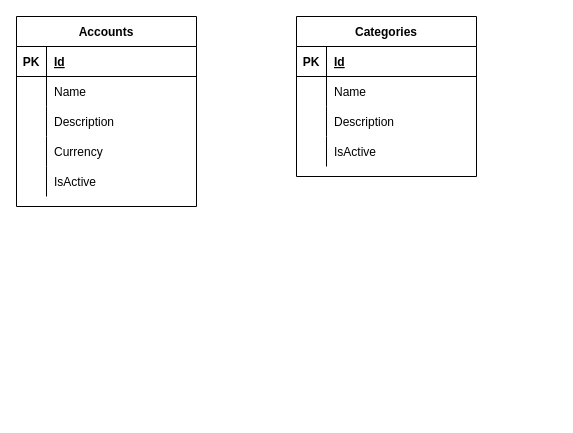
Above: api/docs/database/database.drawio in My-Financial-Hub/core-api (draw.io), before the change. Source tidied: cells renumbered, new cells numbered last; positions are measured from the earlier drawing's top-left corner, leaving out a move shared by most shapes. Both pictures are drawn from the tidied source at 100%, with x=0, y=0 at pixel (16, 16).
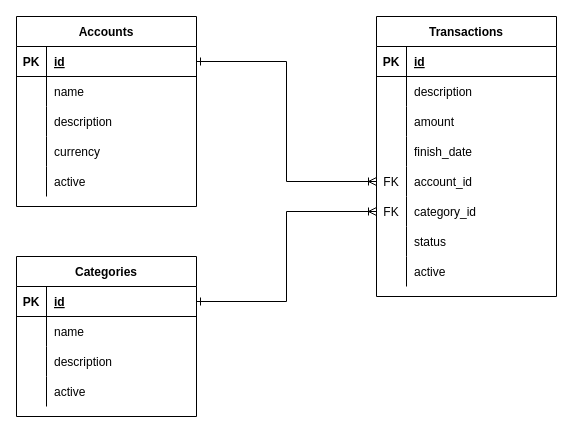
The same diagram, later.

The change refers to these unchanged cells:
```xml
<mxCell id="3" style="shape=partialRectangle;fillColor=none;top=0;left=0;bottom=1;right=0;points=[[0,0.5],[1,0.5]];portConstraint=eastwest;" parent="2" vertex="1">
  <mxGeometry y="30" width="180" height="30" as="geometry" />
</mxCell>
<mxCell id="6" style="shape=partialRectangle;fillColor=none;top=0;left=0;bottom=0;right=0;" parent="2" vertex="1">
  <mxGeometry y="60" width="180" height="30" as="geometry" />
</mxCell>
<mxCell id="9" style="shape=partialRectangle;fillColor=none;top=0;left=0;bottom=0;right=0;" parent="2" vertex="1">
  <mxGeometry y="90" width="180" height="30" as="geometry" />
</mxCell>
<mxCell id="12" style="shape=partialRectangle;fillColor=none;top=0;left=0;bottom=0;right=0;" parent="2" vertex="1">
  <mxGeometry y="120" width="180" height="30" as="geometry" />
</mxCell>
<mxCell id="15" style="shape=partialRectangle;fillColor=none;top=0;left=0;bottom=0;right=0;" parent="2" vertex="1">
  <mxGeometry y="150" width="180" height="30" as="geometry" />
</mxCell>
<mxCell id="19" style="shape=partialRectangle;fillColor=none;top=0;left=0;bottom=1;right=0;points=[[0,0.5],[1,0.5]];portConstraint=eastwest;" parent="18" vertex="1">
  <mxGeometry y="30" width="180" height="30" as="geometry" />
</mxCell>
<mxCell id="22" style="shape=partialRectangle;fillColor=none;top=0;left=0;bottom=0;right=0;" parent="18" vertex="1">
  <mxGeometry y="60" width="180" height="30" as="geometry" />
</mxCell>
<mxCell id="25" style="shape=partialRectangle;fillColor=none;top=0;left=0;bottom=0;right=0;" parent="18" vertex="1">
  <mxGeometry y="90" width="180" height="30" as="geometry" />
</mxCell>
<mxCell id="28" style="shape=partialRectangle;fillColor=none;top=0;left=0;bottom=0;right=0;" parent="18" vertex="1">
  <mxGeometry y="120" width="180" height="30" as="geometry" />
</mxCell>
```

What changed in the source:
```diff
@@
-    <mxCell id="5" value="Id" style="shape=partialRectangle;fillColor=none;top=0;left=0;bottom=0;right=0;align=left;spacingLeft=6;fontStyle=5;overflow=hidden;" parent="3" vertex="1">
+    <mxCell id="5" value="id" style="shape=partialRectangle;fillColor=none;top=0;left=0;bottom=0;right=0;align=left;spacingLeft=6;fontStyle=5;overflow=hidden;" parent="3" vertex="1">
       <mxGeometry x="30" width="150" height="30" as="geometry" />
     </mxCell>
@@
-    <mxCell id="8" value="Name" style="shape=partialRectangle;fillColor=none;top=0;left=0;bottom=0;right=0;align=left;spacingLeft=6;overflow=hidden;" parent="6" vertex="1">
+    <mxCell id="8" value="name" style="shape=partialRectangle;fillColor=none;top=0;left=0;bottom=0;right=0;align=left;spacingLeft=6;overflow=hidden;" parent="6" vertex="1">
       <mxGeometry x="30" width="150" height="30" as="geometry" />
     </mxCell>
@@
-    <mxCell id="11" value="Description" style="shape=partialRectangle;fillColor=none;top=0;left=0;bottom=0;right=0;align=left;spacingLeft=6;overflow=hidden;" parent="9" vertex="1">
+    <mxCell id="11" value="description" style="shape=partialRectangle;fillColor=none;top=0;left=0;bottom=0;right=0;align=left;spacingLeft=6;overflow=hidden;" parent="9" vertex="1">
       <mxGeometry x="30" width="150" height="30" as="geometry" />
     </mxCell>
@@
-    <mxCell id="14" value="Currency" style="shape=partialRectangle;fillColor=none;top=0;left=0;bottom=0;right=0;align=left;spacingLeft=6;overflow=hidden;" parent="12" vertex="1">
+    <mxCell id="14" value="currency" style="shape=partialRectangle;fillColor=none;top=0;left=0;bottom=0;right=0;align=left;spacingLeft=6;overflow=hidden;" parent="12" vertex="1">
       <mxGeometry x="30" width="150" height="30" as="geometry" />
     </mxCell>
@@
-    <mxCell id="17" value="IsActive" style="shape=partialRectangle;fillColor=none;top=0;left=0;bottom=0;right=0;align=left;spacingLeft=6;overflow=hidden;" parent="15" vertex="1">
+    <mxCell id="17" value="active" style="shape=partialRectangle;fillColor=none;top=0;left=0;bottom=0;right=0;align=left;spacingLeft=6;overflow=hidden;" parent="15" vertex="1">
       <mxGeometry x="30" width="150" height="30" as="geometry" />
     </mxCell>
     <mxCell id="18" value="Categories" style="shape=table;startSize=30;childLayout=tableLayout;rowLines=0;fontStyle=1;align=center;" parent="1" vertex="1">
-      <mxGeometry x="280" width="180" height="160" as="geometry" />
+      <mxGeometry y="240" width="180" height="160" as="geometry" />
     </mxCell>
@@
-    <mxCell id="21" value="Id" style="shape=partialRectangle;fillColor=none;top=0;left=0;bottom=0;right=0;align=left;spacingLeft=6;fontStyle=5;overflow=hidden;" parent="19" vertex="1">
+    <mxCell id="21" value="id" style="shape=partialRectangle;fillColor=none;top=0;left=0;bottom=0;right=0;align=left;spacingLeft=6;fontStyle=5;overflow=hidden;" parent="19" vertex="1">
       <mxGeometry x="30" width="150" height="30" as="geometry" />
     </mxCell>
@@
-    <mxCell id="24" value="Name" style="shape=partialRectangle;fillColor=none;top=0;left=0;bottom=0;right=0;align=left;spacingLeft=6;overflow=hidden;" parent="22" vertex="1">
+    <mxCell id="24" value="name" style="shape=partialRectangle;fillColor=none;top=0;left=0;bottom=0;right=0;align=left;spacingLeft=6;overflow=hidden;" parent="22" vertex="1">
       <mxGeometry x="30" width="150" height="30" as="geometry" />
     </mxCell>
@@
-    <mxCell id="27" value="Description" style="shape=partialRectangle;fillColor=none;top=0;left=0;bottom=0;right=0;align=left;spacingLeft=6;overflow=hidden;" parent="25" vertex="1">
+    <mxCell id="27" value="description" style="shape=partialRectangle;fillColor=none;top=0;left=0;bottom=0;right=0;align=left;spacingLeft=6;overflow=hidden;" parent="25" vertex="1">
       <mxGeometry x="30" width="150" height="30" as="geometry" />
     </mxCell>
@@
-    <mxCell id="30" value="IsActive" style="shape=partialRectangle;fillColor=none;top=0;left=0;bottom=0;right=0;align=left;spacingLeft=6;overflow=hidden;" parent="28" vertex="1">
+    <mxCell id="30" value="active" style="shape=partialRectangle;fillColor=none;top=0;left=0;bottom=0;right=0;align=left;spacingLeft=6;overflow=hidden;" parent="28" vertex="1">
       <mxGeometry x="30" width="150" height="30" as="geometry" />
     </mxCell>
+    <mxCell id="31" value="Transactions" style="shape=table;startSize=30;childLayout=tableLayout;rowLines=0;fontStyle=1;align=center;" parent="1" vertex="1">
+      <mxGeometry x="360" width="180" height="280" as="geometry" />
+    </mxCell>
+    <mxCell id="32" style="shape=partialRectangle;fillColor=none;top=0;left=0;bottom=1;right=0;" parent="31" vertex="1">
+      <mxGeometry y="30" width="180" height="30" as="geometry" />
+    </mxCell>
+    <mxCell id="33" value="PK" style="shape=partialRectangle;fillColor=none;top=0;left=0;bottom=0;right=0;fontStyle=1;overflow=hidden;" parent="32" vertex="1">
+      <mxGeometry width="30" height="30" as="geometry" />
+    </mxCell>
+    <mxCell id="34" value="id" style="shape=partialRectangle;fillColor=none;top=0;left=0;bottom=0;right=0;align=left;spacingLeft=6;fontStyle=5;overflow=hidden;" parent="32" vertex="1">
+      <mxGeometry x="30" width="150" height="30" as="geometry" />
+    </mxCell>
+    <mxCell id="35" style="shape=partialRectangle;fillColor=none;top=0;left=0;bottom=0;right=0;" parent="31" vertex="1">
+      <mxGeometry y="60" width="180" height="30" as="geometry" />
+    </mxCell>
+    <mxCell id="36" style="shape=partialRectangle;fillColor=none;top=0;left=0;bottom=0;right=0;overflow=hidden;" parent="35" vertex="1">
+      <mxGeometry width="30" height="30" as="geometry" />
+    </mxCell>
+    <mxCell id="37" value="description" style="shape=partialRectangle;fillColor=none;top=0;left=0;bottom=0;right=0;align=left;spacingLeft=6;overflow=hidden;" parent="35" vertex="1">
+      <mxGeometry x="30" width="150" height="30" as="geometry" />
+    </mxCell>
+    <mxCell id="38" style="shape=partialRectangle;fillColor=none;top=0;left=0;bottom=0;right=0;" parent="31" vertex="1">
+      <mxGeometry y="90" width="180" height="30" as="geometry" />
+    </mxCell>
+    <mxCell id="39" style="shape=partialRectangle;fillColor=none;top=0;left=0;bottom=0;right=0;overflow=hidden;" parent="38" vertex="1">
+      <mxGeometry width="30" height="30" as="geometry" />
+    </mxCell>
+    <mxCell id="40" value="amount" style="shape=partialRectangle;fillColor=none;top=0;left=0;bottom=0;right=0;align=left;spacingLeft=6;overflow=hidden;" parent="38" vertex="1">
+      <mxGeometry x="30" width="150" height="30" as="geometry" />
+    </mxCell>
+    <mxCell id="41" style="shape=partialRectangle;fillColor=none;top=0;left=0;bottom=0;right=0;" parent="31" vertex="1">
+      <mxGeometry y="120" width="180" height="30" as="geometry" />
+    </mxCell>
+    <mxCell id="42" style="shape=partialRectangle;fillColor=none;top=0;left=0;bottom=0;right=0;overflow=hidden;" parent="41" vertex="1">
+      <mxGeometry width="30" height="30" as="geometry" />
+    </mxCell>
+    <mxCell id="43" value="finish_date" style="shape=partialRectangle;fillColor=none;top=0;left=0;bottom=0;right=0;align=left;spacingLeft=6;overflow=hidden;" parent="41" vertex="1">
+      <mxGeometry x="30" width="150" height="30" as="geometry" />
+    </mxCell>
+    <mxCell id="44" style="shape=partialRectangle;fillColor=none;top=0;left=0;bottom=0;right=0;points=[[0,0.5],[1,0.5]];portConstraint=eastwest;" parent="31" vertex="1">
+      <mxGeometry y="150" width="180" height="30" as="geometry" />
+    </mxCell>
+    <mxCell id="45" value="FK" style="shape=partialRectangle;fillColor=none;top=0;left=0;bottom=0;right=0;overflow=hidden;" parent="44" vertex="1">
+      <mxGeometry width="30" height="30" as="geometry" />
+    </mxCell>
+    <mxCell id="46" value="account_id" style="shape=partialRectangle;fillColor=none;top=0;left=0;bottom=0;right=0;align=left;spacingLeft=6;overflow=hidden;" parent="44" vertex="1">
+      <mxGeometry x="30" width="150" height="30" as="geometry" />
+    </mxCell>
+    <mxCell id="47" style="shape=partialRectangle;fillColor=none;top=0;left=0;bottom=0;right=0;points=[[0,0.5],[1,0.5]];portConstraint=eastwest;" parent="31" vertex="1">
+      <mxGeometry y="180" width="180" height="30" as="geometry" />
+    </mxCell>
+    <mxCell id="48" value="FK" style="shape=partialRectangle;fillColor=none;top=0;left=0;bottom=0;right=0;overflow=hidden;" parent="47" vertex="1">
+      <mxGeometry width="30" height="30" as="geometry" />
+    </mxCell>
+    <mxCell id="49" value="category_id" style="shape=partialRectangle;fillColor=none;top=0;left=0;bottom=0;right=0;align=left;spacingLeft=6;overflow=hidden;" parent="47" vertex="1">
+      <mxGeometry x="30" width="150" height="30" as="geometry" />
+    </mxCell>
+    <mxCell id="50" style="shape=partialRectangle;fillColor=none;top=0;left=0;bottom=0;right=0;" parent="31" vertex="1">
+      <mxGeometry y="210" width="180" height="30" as="geometry" />
+    </mxCell>
+    <mxCell id="51" style="shape=partialRectangle;fillColor=none;top=0;left=0;bottom=0;right=0;overflow=hidden;" parent="50" vertex="1">
+      <mxGeometry width="30" height="30" as="geometry" />
+    </mxCell>
+    <mxCell id="52" value="status" style="shape=partialRectangle;fillColor=none;top=0;left=0;bottom=0;right=0;align=left;spacingLeft=6;overflow=hidden;" parent="50" vertex="1">
+      <mxGeometry x="30" width="150" height="30" as="geometry" />
+    </mxCell>
+    <mxCell id="53" style="shape=partialRectangle;fillColor=none;top=0;left=0;bottom=0;right=0;" parent="31" vertex="1">
+      <mxGeometry y="240" width="180" height="30" as="geometry" />
+    </mxCell>
+    <mxCell id="54" style="shape=partialRectangle;fillColor=none;top=0;left=0;bottom=0;right=0;overflow=hidden;" parent="53" vertex="1">
+      <mxGeometry width="30" height="30" as="geometry" />
+    </mxCell>
+    <mxCell id="55" value="active" style="shape=partialRectangle;fillColor=none;top=0;left=0;bottom=0;right=0;align=left;spacingLeft=6;overflow=hidden;" parent="53" vertex="1">
+      <mxGeometry x="30" width="150" height="30" as="geometry" />
+    </mxCell>
+    <mxCell id="56" style="edgeStyle=orthogonalEdgeStyle;rounded=0;jettySize=auto;html=1;entryX=0;entryY=0.5;entryDx=0;entryDy=0;startArrow=ERone;startFill=0;endArrow=ERoneToMany;endFill=0;" parent="1" edge="1" source="3" target="44">
+      <mxGeometry relative="1" as="geometry" />
+    </mxCell>
+    <mxCell id="57" style="edgeStyle=orthogonalEdgeStyle;rounded=0;jettySize=auto;html=1;entryX=0;entryY=0.5;entryDx=0;entryDy=0;startArrow=ERone;startFill=0;endArrow=ERoneToMany;endFill=0;" parent="1" edge="1" source="19" target="47">
+      <mxGeometry relative="1" as="geometry" />
+    </mxCell>
```
